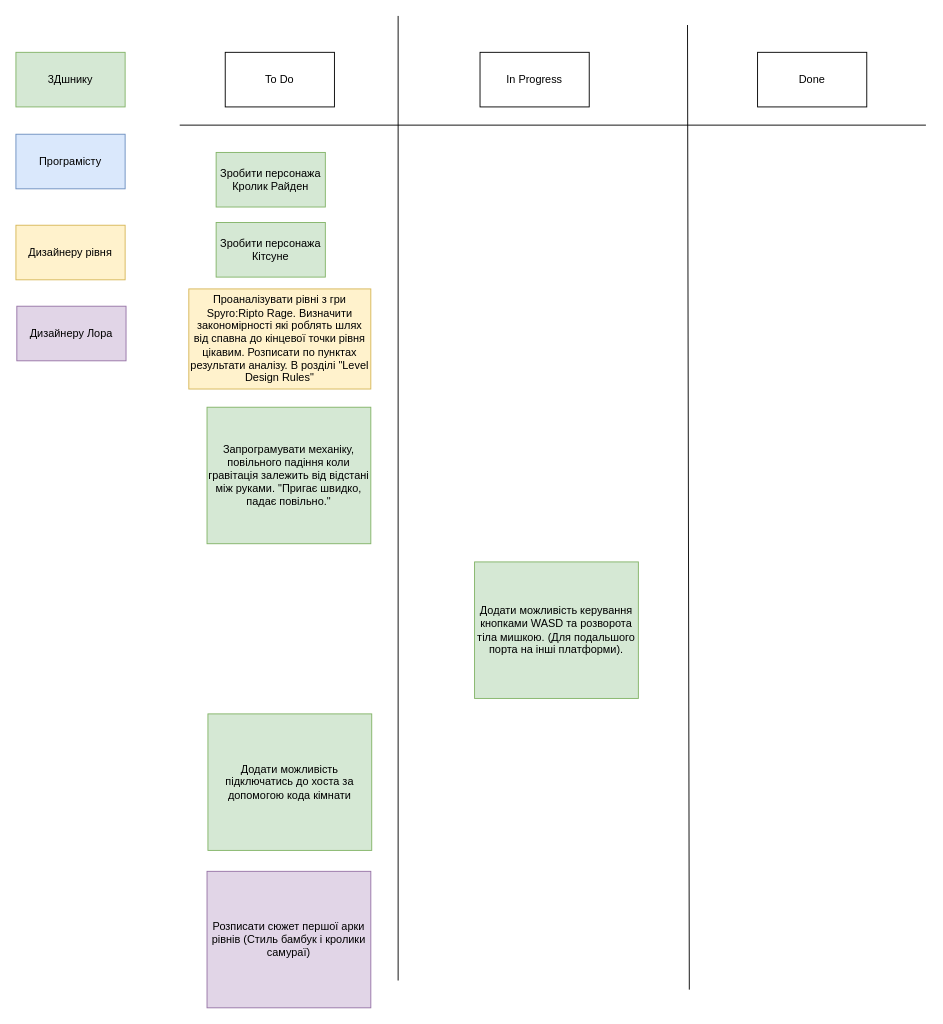
Before: page "Progress Log" (1 of 3) of Assets/DesignDoc/Design Document.drawio in NSmocker/Lava-and-Ice, a draw.io diagram. Source tidied: cells renumbered, new cells numbered last; positions are measured from the earlier drawing's top-left corner, leaving out a move shared by most shapes. Both pictures are drawn from the tidied source at 91%, with x=0, y=0 at pixel (15, 15).
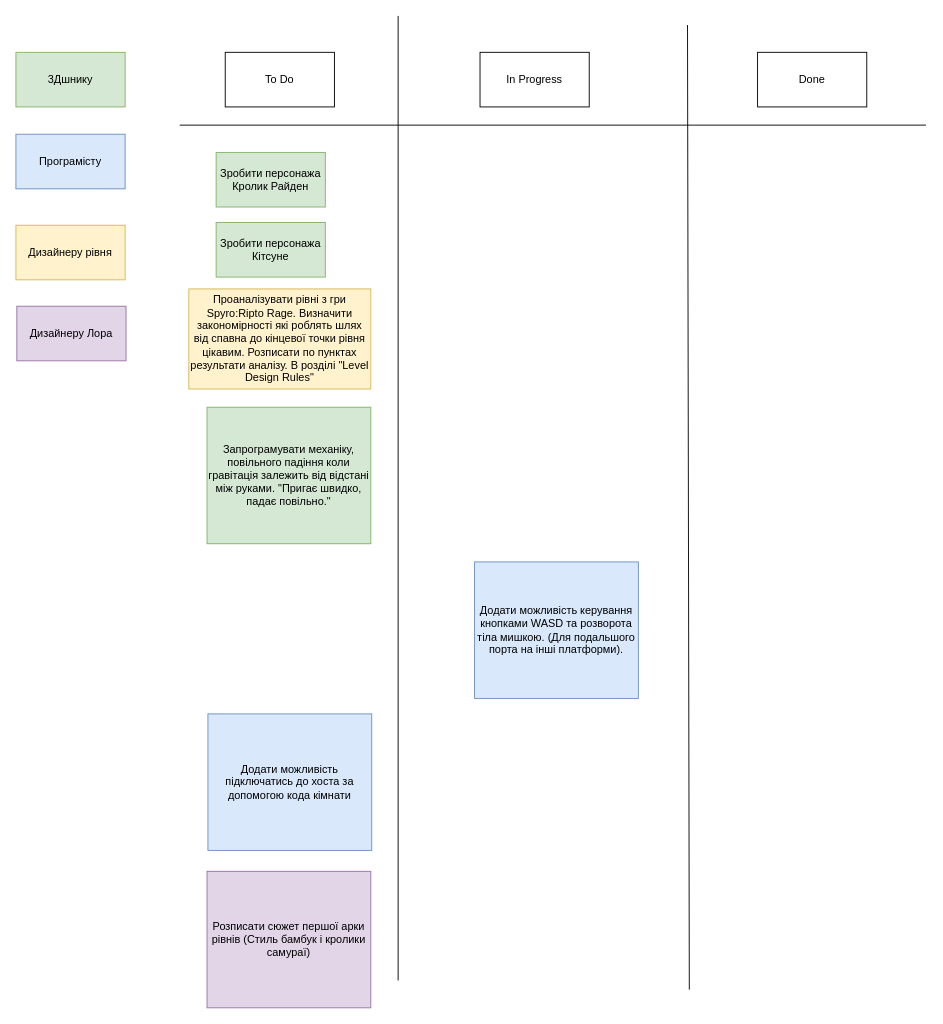
After the change.

Change to the diagram source:
```diff
@@
-    <mxCell id="15" value="Додати можливість керування кнопками WASD та розворота тіла мишкою. (Для подальшого порта на інші платформи)." style="rounded=0;whiteSpace=wrap;html=1;fillColor=#d5e8d4;strokeColor=#82b366;" parent="1" vertex="1">
+    <mxCell id="15" value="Додати можливість керування кнопками WASD та розворота тіла мишкою. (Для подальшого порта на інші платформи)." style="rounded=0;whiteSpace=wrap;html=1;fillColor=#dae8fc;strokeColor=#6c8ebf;" parent="1" vertex="1">
       <mxGeometry x="504" y="600" width="180" height="150" as="geometry" />
     </mxCell>
-    <mxCell id="16" value="Додати можливість підключатись до хоста за допомогою кода кімнати" style="rounded=0;whiteSpace=wrap;html=1;fillColor=#d5e8d4;strokeColor=#82b366;" parent="1" vertex="1">
+    <mxCell id="16" value="Додати можливість підключатись до хоста за допомогою кода кімнати" style="rounded=0;whiteSpace=wrap;html=1;fillColor=#dae8fc;strokeColor=#6c8ebf;" parent="1" vertex="1">
       <mxGeometry x="211" y="767" width="180" height="150" as="geometry" />
     </mxCell>
```
